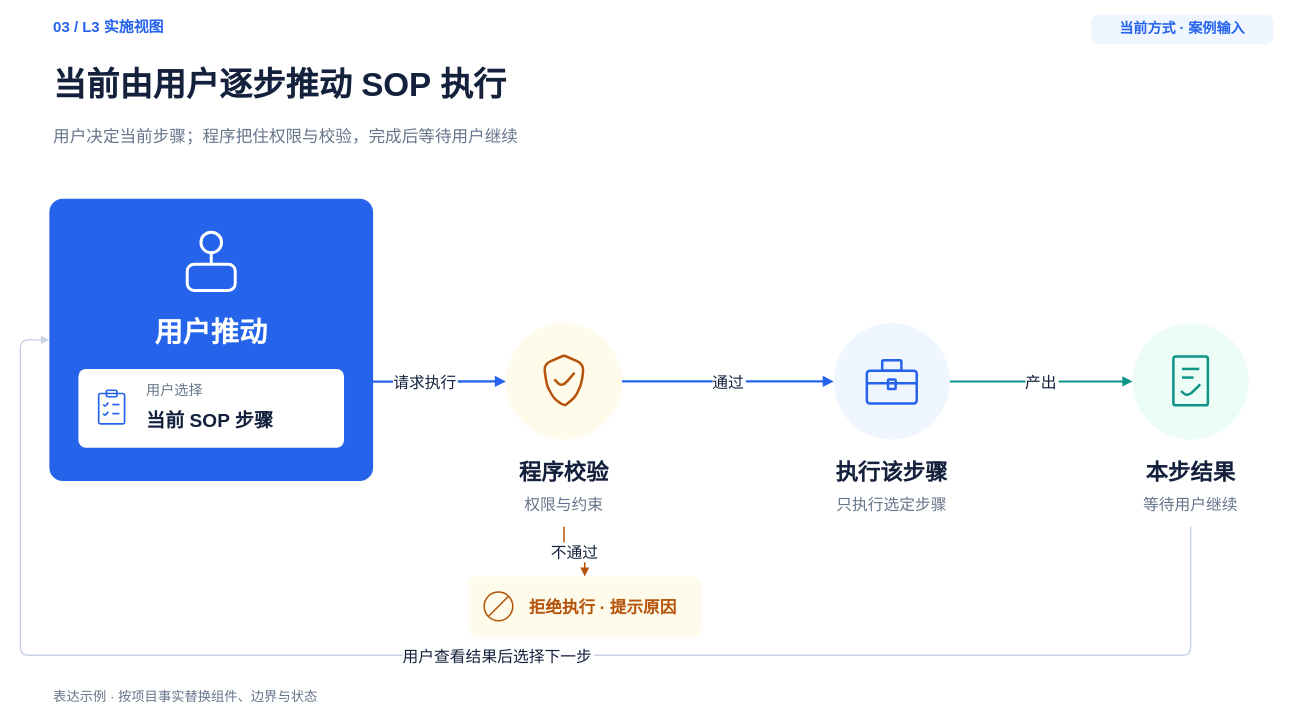
Earlier version of the draw.io diagram page "当前执行" (1 of 2) of plugins/team-standards/skills/architecture-diagram-design/assets/templates/03-execution-comparison.drawio (exception-coder/team-standards). Source tidied: cells renumbered, new cells numbered last; positions are measured from the earlier drawing's top-left corner, leaving out a move shared by most shapes. Both pictures are drawn from the tidied source at 83%, with x=0, y=0 at pixel (20, 14).
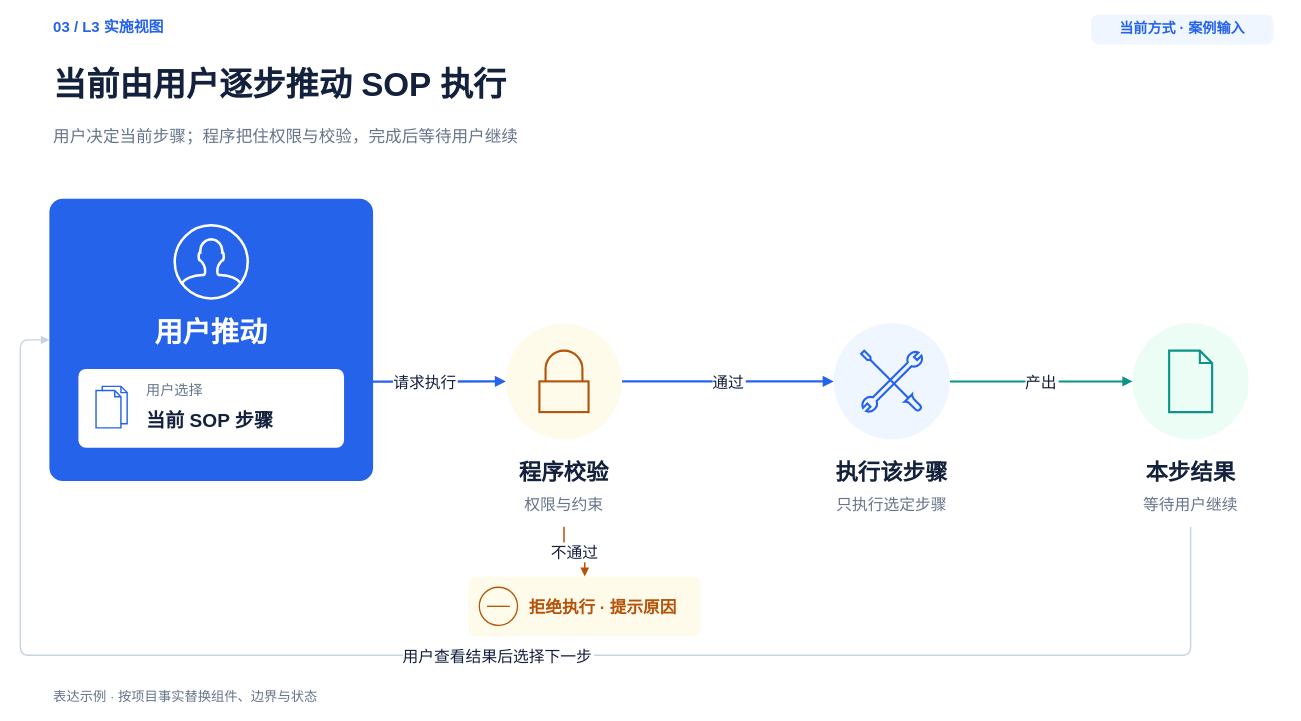
Above is the later version.

The change refers to these unchanged cells:
```xml
<mxCell id="8" style="group;selectParentFirst=1;fillColor=none;strokeColor=none;" parent="1" vertex="1">
  <mxGeometry x="35" y="222" width="390" height="340" as="geometry" />
</mxCell>
<mxCell id="15" style="group;selectParentFirst=1;fillColor=none;strokeColor=none;" parent="8" vertex="1">
  <mxGeometry x="35" y="205" width="320" height="95" as="geometry" />
</mxCell>
<mxCell id="26" style="group;selectParentFirst=1;fillColor=none;strokeColor=none;" parent="1" vertex="1">
  <mxGeometry x="540" y="347" width="230" height="270" as="geometry" />
</mxCell>
<mxCell id="33" style="group;selectParentFirst=1;fillColor=none;strokeColor=none;" parent="1" vertex="1">
  <mxGeometry x="935" y="347" width="230" height="270" as="geometry" />
</mxCell>
<mxCell id="42" style="group;selectParentFirst=1;fillColor=none;strokeColor=none;" parent="1" vertex="1">
  <mxGeometry x="1295" y="347" width="230" height="270" as="geometry" />
</mxCell>
<mxCell id="54" style="group;selectParentFirst=1;fillColor=none;strokeColor=none;" parent="1" vertex="1">
  <mxGeometry x="540" y="677" width="280" height="72" as="geometry" />
</mxCell>
```

Change to the diagram source:
```diff
@@
-    <mxCell id="10" style="group;selectParentFirst=1;fillColor=none;strokeColor=none;" parent="8" vertex="1">
+    <mxCell id="10" style="fontFamily=Microsoft YaHei,Arial;html=0;fontColor=#14213D;shape=mxgraph.ios7.icons.user;fillColor=none;strokeColor=#FFFFFF;strokeWidth=3.0250000000000004;" parent="8" vertex="1">
       <mxGeometry x="151" y="32" width="88" height="88" as="geometry" />
     </mxCell>
-    <mxCell id="11" style="fontFamily=Microsoft YaHei,Arial;html=0;fontColor=#14213D;ellipse;fillColor=none;strokeColor=#FFFFFF;strokeWidth=2.6;strokeWidth=3.575;" parent="10" vertex="1">
-      <mxGeometry x="31.6" y="8.2" width="24.8" height="24.8" as="geometry" />
-    </mxCell>
-    <mxCell id="12" style="fontFamily=Microsoft YaHei,Arial;html=0;fontColor=#14213D;rounded=1;absoluteArcSize=1;arcSize=16.5;fillColor=none;strokeColor=#FFFFFF;strokeWidth=2;strokeWidth=3.575;" parent="10" vertex="1">
-      <mxGeometry x="15.1" y="46.8" width="57.8" height="31.6" as="geometry" />
-    </mxCell>
-    <mxCell id="13" style="endArrow=none;startArrow=none;strokeColor=#FFFFFF;strokeWidth=3.575;rounded=1;html=0;" parent="10" edge="1">
-      <mxGeometry relative="1" as="geometry">
-        <mxPoint x="44" y="33" as="sourcePoint" />
-        <mxPoint x="44" y="46.8" as="targetPoint" />
-      </mxGeometry>
-    </mxCell>
@@
-    <mxCell id="17" style="group;selectParentFirst=1;fillColor=none;strokeColor=none;" parent="15" vertex="1">
-      <mxGeometry x="15" y="21" width="50" height="50" as="geometry" />
+    <mxCell id="17" style="fontFamily=Microsoft YaHei,Arial;html=0;fontColor=#14213D;shape=mxgraph.ios7.icons.documents;fillColor=none;strokeColor=#2563EB;strokeWidth=1.7187500000000002;" parent="15" vertex="1">
+      <mxGeometry x="21.2" y="21" width="37.5" height="50" as="geometry" />
     </mxCell>
-    <mxCell id="18" style="fontFamily=Microsoft YaHei,Arial;html=0;fontColor=#14213D;rounded=1;absoluteArcSize=1;arcSize=3.90625;fillColor=none;strokeColor=#2563EB;strokeWidth=2;strokeWidth=2.03125;" parent="17" vertex="1">
-      <mxGeometry x="9.4" y="8.6" width="31.2" height="36.7" as="geometry" />
-    </mxCell>
-    <mxCell id="19" style="fontFamily=Microsoft YaHei,Arial;html=0;fontColor=#14213D;rounded=1;absoluteArcSize=1;arcSize=2.34375;fillColor=none;strokeColor=#2563EB;strokeWidth=2;strokeWidth=2.03125;" parent="17" vertex="1">
-      <mxGeometry x="18.8" y="4.7" width="12.5" height="7.8" as="geometry" />
-    </mxCell>
-    <mxCell id="20" style="endArrow=none;startArrow=none;strokeColor=#2563EB;strokeWidth=2.03125;rounded=1;html=0;" parent="17" edge="1">
-      <mxGeometry relative="1" as="geometry">
-        <mxPoint x="14.8" y="21.9" as="sourcePoint" />
-        <mxPoint x="21.1" y="19.5" as="targetPoint" />
-        <Array as="points">
-          <mxPoint x="17.2" y="24.2" />
-        </Array>
-      </mxGeometry>
-    </mxCell>
-    <mxCell id="21" style="endArrow=none;startArrow=none;strokeColor=#2563EB;strokeWidth=2.03125;rounded=1;html=0;" parent="17" edge="1">
-      <mxGeometry relative="1" as="geometry">
-        <mxPoint x="25.8" y="21.9" as="sourcePoint" />
-        <mxPoint x="34.4" y="21.9" as="targetPoint" />
-      </mxGeometry>
-    </mxCell>
-    <mxCell id="22" style="endArrow=none;startArrow=none;strokeColor=#2563EB;strokeWidth=2.03125;rounded=1;html=0;" parent="17" edge="1">
-      <mxGeometry relative="1" as="geometry">
-        <mxPoint x="14.8" y="32.8" as="sourcePoint" />
-        <mxPoint x="21.1" y="30.5" as="targetPoint" />
-        <Array as="points">
-          <mxPoint x="17.2" y="35.2" />
-        </Array>
-      </mxGeometry>
-    </mxCell>
-    <mxCell id="23" style="endArrow=none;startArrow=none;strokeColor=#2563EB;strokeWidth=2.03125;rounded=1;html=0;" parent="17" edge="1">
-      <mxGeometry relative="1" as="geometry">
-        <mxPoint x="25.8" y="32.8" as="sourcePoint" />
-        <mxPoint x="34.4" y="32.8" as="targetPoint" />
-      </mxGeometry>
-    </mxCell>
@@
-    <mxCell id="28" style="group;selectParentFirst=1;fillColor=none;strokeColor=none;" parent="26" vertex="1">
-      <mxGeometry x="78" y="58" width="74" height="74" as="geometry" />
+    <mxCell id="28" style="fontFamily=Microsoft YaHei,Arial;html=0;fontColor=#14213D;shape=mxgraph.ios7.icons.locked;fillColor=none;strokeColor=#B45309;strokeWidth=2.54375;" parent="26" vertex="1">
+      <mxGeometry x="85.4" y="58" width="59.2" height="74" as="geometry" />
     </mxCell>
-    <mxCell id="29" style="endArrow=none;startArrow=none;strokeColor=#B45309;strokeWidth=3.00625;rounded=1;html=0;" parent="28" edge="1">
-      <mxGeometry relative="1" as="geometry">
-        <mxPoint x="37" y="5.8" as="sourcePoint" />
-        <mxPoint x="37" y="5.8" as="targetPoint" />
-        <Array as="points">
-          <mxPoint x="61.3" y="16.2" />
-          <mxPoint x="57.8" y="41.6" />
-          <mxPoint x="49.7" y="56.7" />
-          <mxPoint x="37" y="67.1" />
-          <mxPoint x="24.3" y="56.7" />
-          <mxPoint x="16.2" y="41.6" />
-          <mxPoint x="12.7" y="16.2" />
-        </Array>
-      </mxGeometry>
-    </mxCell>
-    <mxCell id="30" style="endArrow=none;startArrow=none;strokeColor=#B45309;strokeWidth=3.00625;rounded=1;html=0;" parent="28" edge="1">
-      <mxGeometry relative="1" as="geometry">
-        <mxPoint x="25.4" y="34.7" as="sourcePoint" />
-        <mxPoint x="49.7" y="26.6" as="targetPoint" />
-        <Array as="points">
-          <mxPoint x="34.7" y="43.9" />
-        </Array>
-      </mxGeometry>
-    </mxCell>
@@
-    <mxCell id="35" style="group;selectParentFirst=1;fillColor=none;strokeColor=none;" parent="33" vertex="1">
+    <mxCell id="35" style="fontFamily=Microsoft YaHei,Arial;html=0;fontColor=#14213D;shape=mxgraph.ios7.icons.tools;fillColor=none;strokeColor=#2563EB;strokeWidth=2.54375;" parent="33" vertex="1">
       <mxGeometry x="78" y="58" width="74" height="74" as="geometry" />
     </mxCell>
-    <mxCell id="36" style="fontFamily=Microsoft YaHei,Arial;html=0;fontColor=#14213D;rounded=1;absoluteArcSize=1;arcSize=6.9375;fillColor=none;strokeColor=#2563EB;strokeWidth=2;strokeWidth=3.00625;" parent="35" vertex="1">
-      <mxGeometry x="6.9" y="24.3" width="60.1" height="39.3" as="geometry" />
-    </mxCell>
-    <mxCell id="37" style="fontFamily=Microsoft YaHei,Arial;html=0;fontColor=#14213D;rounded=1;absoluteArcSize=1;arcSize=3.46875;fillColor=none;strokeColor=#2563EB;strokeWidth=2;strokeWidth=3.00625;" parent="35" vertex="1">
-      <mxGeometry x="25.4" y="11.6" width="23.1" height="12.7" as="geometry" />
-    </mxCell>
-    <mxCell id="38" style="endArrow=none;startArrow=none;strokeColor=#2563EB;strokeWidth=3.00625;rounded=1;html=0;" parent="35" edge="1">
-      <mxGeometry relative="1" as="geometry">
-        <mxPoint x="6.9" y="39.3" as="sourcePoint" />
-        <mxPoint x="67.1" y="39.3" as="targetPoint" />
-      </mxGeometry>
-    </mxCell>
-    <mxCell id="39" style="fontFamily=Microsoft YaHei,Arial;html=0;fontColor=#14213D;rounded=1;absoluteArcSize=1;arcSize=2.3125;fillColor=none;strokeColor=#2563EB;strokeWidth=2;strokeWidth=3.00625;" parent="35" vertex="1">
-      <mxGeometry x="32.4" y="34.7" width="9.2" height="11.6" as="geometry" />
-    </mxCell>
@@
-    <mxCell id="44" style="group;selectParentFirst=1;fillColor=none;strokeColor=none;" parent="42" vertex="1">
-      <mxGeometry x="78" y="58" width="74" height="74" as="geometry" />
+    <mxCell id="44" style="fontFamily=Microsoft YaHei,Arial;html=0;fontColor=#14213D;shape=mxgraph.ios7.icons.document;fillColor=none;strokeColor=#0D9488;strokeWidth=2.54375;" parent="42" vertex="1">
+      <mxGeometry x="89.1" y="58" width="51.8" height="74" as="geometry" />
     </mxCell>
-    <mxCell id="45" style="fontFamily=Microsoft YaHei,Arial;html=0;fontColor=#14213D;rounded=1;absoluteArcSize=1;arcSize=5.78125;fillColor=none;strokeColor=#0D9488;strokeWidth=2;strokeWidth=3.00625;" parent="44" vertex="1">
-      <mxGeometry x="16.2" y="6.9" width="41.6" height="59" as="geometry" />
-    </mxCell>
-    <mxCell id="46" style="endArrow=none;startArrow=none;strokeColor=#0D9488;strokeWidth=3.00625;rounded=1;html=0;" parent="44" edge="1">
-      <mxGeometry relative="1" as="geometry">
-        <mxPoint x="26.6" y="22" as="sourcePoint" />
-        <mxPoint x="47.4" y="22" as="targetPoint" />
-      </mxGeometry>
-    </mxCell>
-    <mxCell id="47" style="endArrow=none;startArrow=none;strokeColor=#0D9488;strokeWidth=3.00625;rounded=1;html=0;" parent="44" edge="1">
-      <mxGeometry relative="1" as="geometry">
-        <mxPoint x="26.6" y="32.4" as="sourcePoint" />
-        <mxPoint x="40.5" y="32.4" as="targetPoint" />
-      </mxGeometry>
-    </mxCell>
-    <mxCell id="48" style="endArrow=none;startArrow=none;strokeColor=#0D9488;strokeWidth=3.00625;rounded=1;html=0;" parent="44" edge="1">
-      <mxGeometry relative="1" as="geometry">
-        <mxPoint x="25.4" y="48.6" as="sourcePoint" />
-        <mxPoint x="48.6" y="40.5" as="targetPoint" />
-        <Array as="points">
-          <mxPoint x="33.5" y="55.5" />
-        </Array>
-      </mxGeometry>
-    </mxCell>
@@
-    <mxCell id="56" style="group;selectParentFirst=1;fillColor=none;strokeColor=none;" parent="54" vertex="1">
+    <mxCell id="56" style="fontFamily=Microsoft YaHei,Arial;html=0;fontColor=#14213D;shape=mxgraph.ios7.icons.delete;fillColor=none;strokeColor=#B45309;strokeWidth=1.58125;" parent="54" vertex="1">
       <mxGeometry x="13" y="13" width="46" height="46" as="geometry" />
     </mxCell>
-    <mxCell id="57" style="fontFamily=Microsoft YaHei,Arial;html=0;fontColor=#14213D;ellipse;fillColor=none;strokeColor=#B45309;strokeWidth=2.6;strokeWidth=1.8687500000000001;" parent="56" vertex="1">
-      <mxGeometry x="5.8" y="5.8" width="34.5" height="34.5" as="geometry" />
-    </mxCell>
-    <mxCell id="58" style="endArrow=none;startArrow=none;strokeColor=#B45309;strokeWidth=1.8687500000000001;rounded=1;html=0;" parent="56" edge="1">
-      <mxGeometry relative="1" as="geometry">
-        <mxPoint x="10.8" y="35.2" as="sourcePoint" />
-        <mxPoint x="35.2" y="10.8" as="targetPoint" />
-      </mxGeometry>
-    </mxCell>
```
